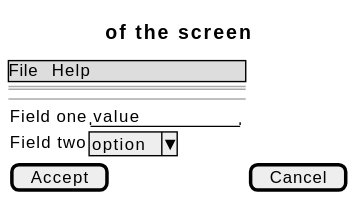
Before: docs/01-requirements/use-cases/changeSetting/wireframes.svg, a diagram exported from PlantUML (didactika/kampus).
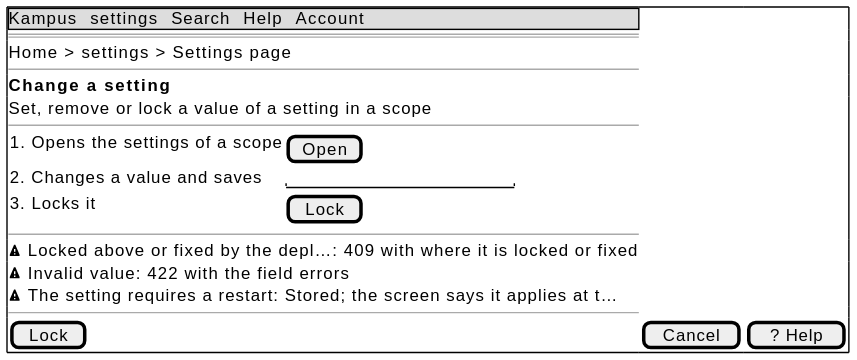
Above is the later version.

Change to the diagram source:
```diff
@@ -1,13 +1,22 @@
 @startsalt
-{
-  {* File | Help }
+{+
+  {* Kampus | settings | Search | Help | Account }
   ==
-  Title of the screen
+  Home > settings > Settings page
+  --
+  <b>Change a setting
+  Set, remove or lock a value of a setting in a scope
   --
   {
-    Field one | "value        "
-    Field two | ^option^
+    1. Opens the settings of a scope | [ Open ]
+    2. Changes a value and saves | "                    "
+    3. Locks it | [ Lock ]
   }
-  [ Accept ] | [ Cancel ]
+  --
+  <&warning> Locked above or fixed by the depl…: 409 with where it is locked or fixed
+  <&warning> Invalid value: 422 with the field errors
+  <&warning> The setting requires a restart: Stored; the screen says it applies at t…
+  --
+  [ Lock ] | [ Cancel ] | [ ? Help ]
 }
 @endsalt
```
